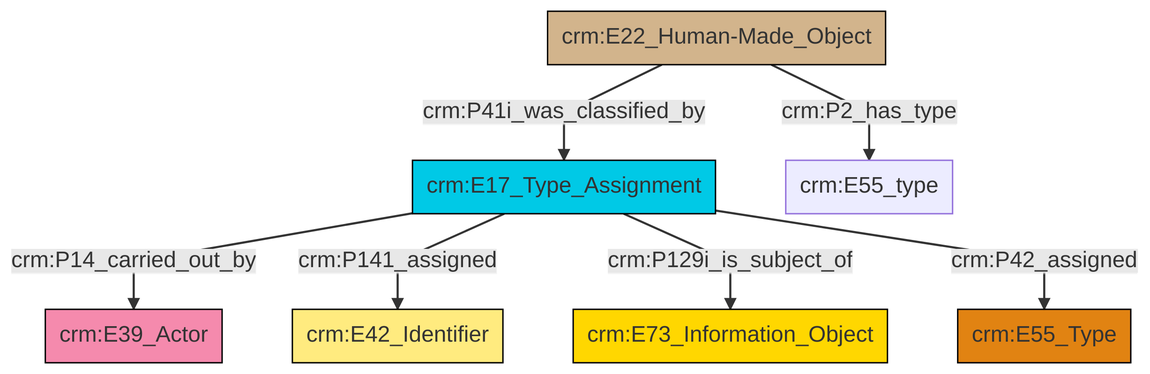
swiss-art-research-net/reference-data-models keeps this Mermaid diagram as et/builtWorkCSV/ttl/mmd/png/Built_Work_designation_status.png. Above is the earlier version. Its source is kept beside it as et/builtWorkCSV/ttl/mmd/Built_Work_designation_status.ttl.mmd.
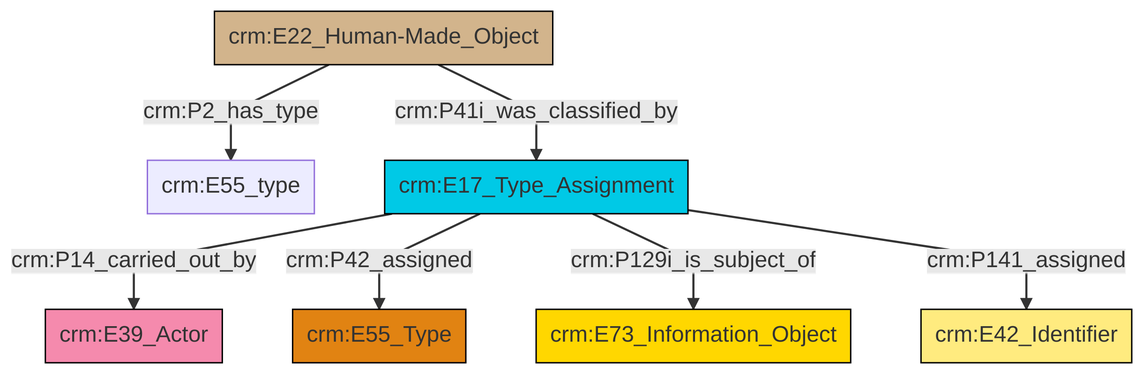
After the commit.

Change to the diagram source:
```diff
@@ -13,9 +13,9 @@
 classDef PC_Classes fill:#4ce600, stroke:#000000;
 classDef Multi fill:#cccccc,stroke:#000000;
 
-6["crm:E22_Human-Made_Object"]:::Physical_Thing -->|crm:P41i_was_classified_by| 2["crm:E17_Type_Assignment"]:::Temporal_Entity
-2["crm:E17_Type_Assignment"]:::Temporal_Entity -->|crm:P14_carried_out_by| 8["crm:E39_Actor"]:::Actor
-6["crm:E22_Human-Made_Object"]:::Physical_Thing -->|crm:P2_has_type| 10["crm:E55_type"]:::Default
-2["crm:E17_Type_Assignment"]:::Temporal_Entity -->|crm:P141_assigned| 4["crm:E42_Identifier"]:::Appellation
-2["crm:E17_Type_Assignment"]:::Temporal_Entity -->|crm:P129i_is_subject_of| 12["crm:E73_Information_Object"]:::Conceptual_Object
-2["crm:E17_Type_Assignment"]:::Temporal_Entity -->|crm:P42_assigned| 0["crm:E55_Type"]:::Type
+0["crm:E22_Human-Made_Object"]:::Physical_Thing -->|crm:P2_has_type| 1["crm:E55_type"]:::Default
+0["crm:E22_Human-Made_Object"]:::Physical_Thing -->|crm:P41i_was_classified_by| 2["crm:E17_Type_Assignment"]:::Temporal_Entity
+2["crm:E17_Type_Assignment"]:::Temporal_Entity -->|crm:P14_carried_out_by| 3["crm:E39_Actor"]:::Actor
+2["crm:E17_Type_Assignment"]:::Temporal_Entity -->|crm:P42_assigned| 4["crm:E55_Type"]:::Type
+2["crm:E17_Type_Assignment"]:::Temporal_Entity -->|crm:P129i_is_subject_of| 6["crm:E73_Information_Object"]:::Conceptual_Object
+2["crm:E17_Type_Assignment"]:::Temporal_Entity -->|crm:P141_assigned| 8["crm:E42_Identifier"]:::Appellation
```
